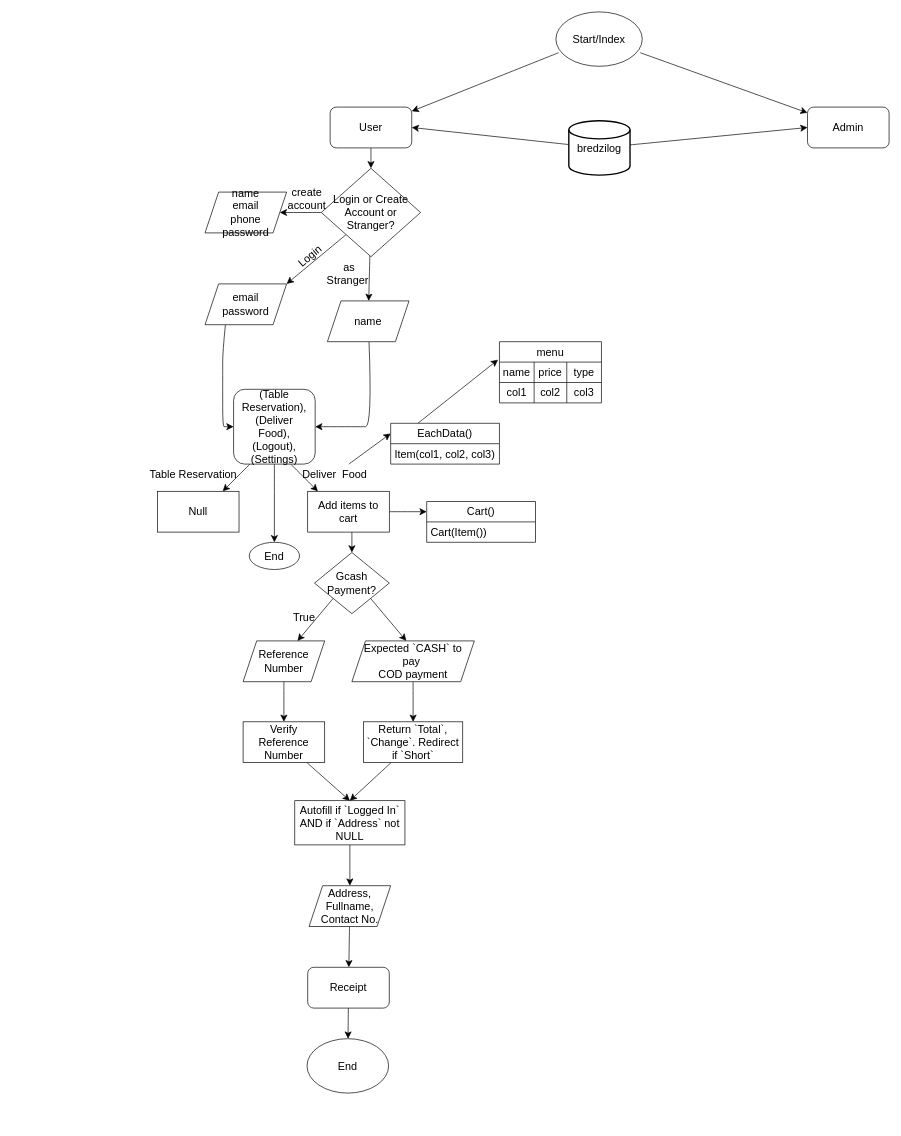
Earlier version of the draw.io diagram new-control-flow.drawio (inamonanymous/bredzilog). Source tidied: cells renumbered, new cells numbered last; positions are measured from the earlier drawing's top-left corner, leaving out a move shared by most shapes. Both pictures are drawn from the tidied source at 68%, with x=0, y=0 at pixel (148, 12).
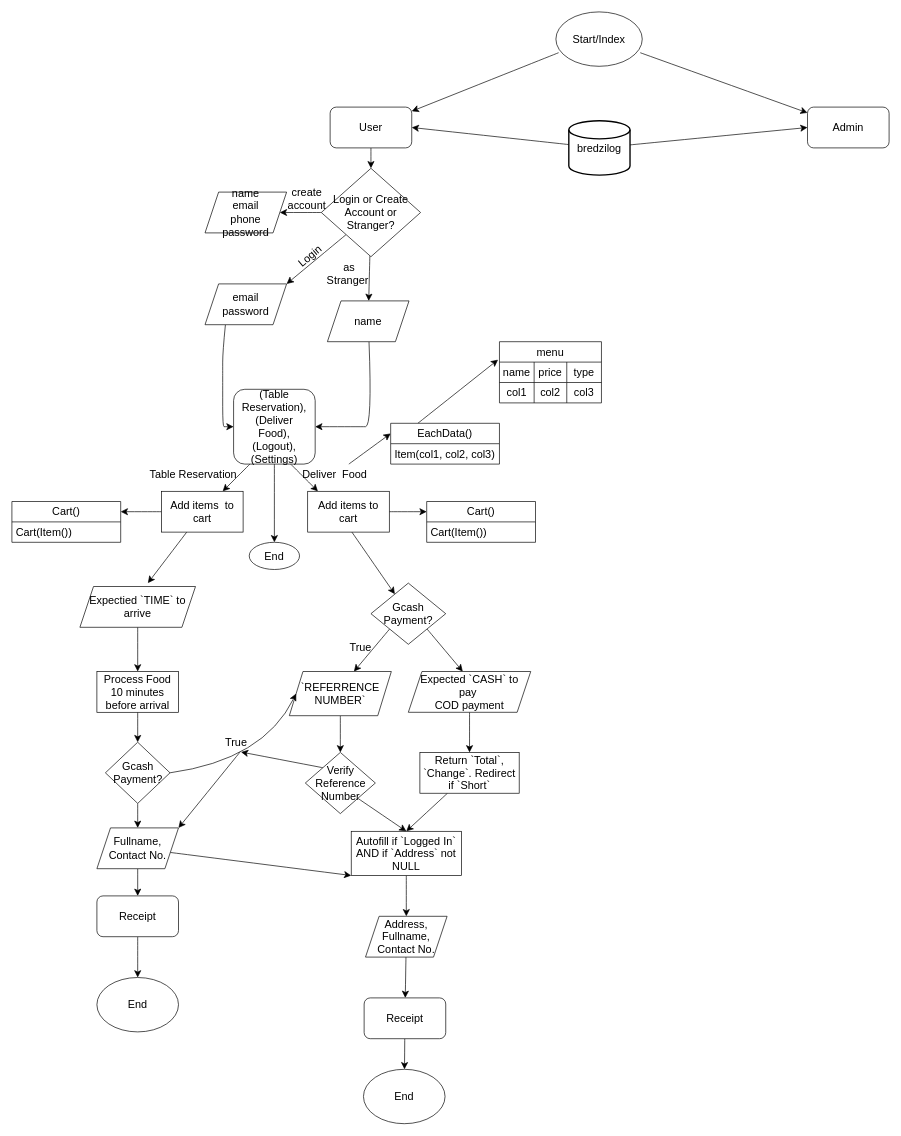
Above is the later version.

Commit message (it also covers changes not shown here):
app 90% progress | currently working on table reservation feature, and how it shares form with deliver sequence tree

What changed in the source:
```diff
@@
+    <mxCell id="68" style="edgeStyle=none;curved=1;rounded=0;jettySize=auto;html=1;entryX=1;entryY=0.25;entryDx=0;entryDy=0;fontSize=12;startSize=8;endSize=8;" parent="1" edge="1" source="21" target="70">
+      <mxGeometry relative="1" as="geometry" />
+    </mxCell>
+    <mxCell id="69" style="edgeStyle=none;curved=1;rounded=0;jettySize=auto;html=1;entryX=0.5;entryY=0;entryDx=0;entryDy=0;fontSize=12;startSize=8;endSize=8;" parent="1" edge="1" source="21">
+      <mxGeometry relative="1" as="geometry">
+        <mxPoint y="840" as="targetPoint" />
+      </mxGeometry>
+    </mxCell>
-    <mxCell id="21" value="Null" style="rounded=0;whiteSpace=wrap;html=1;fontSize=16;labelBackgroundColor=none;" parent="1" vertex="1">
-      <mxGeometry x="14" y="705" width="120" height="60" as="geometry" />
+    <mxCell id="21" value="Add items&amp;nbsp; to cart" style="rounded=0;whiteSpace=wrap;html=1;fontSize=16;labelBackgroundColor=none;" parent="1" vertex="1">
+      <mxGeometry x="20" y="705" width="120" height="60" as="geometry" />
     </mxCell>
@@
     <mxCell id="23" style="edgeStyle=none;curved=1;rounded=0;jettySize=auto;html=1;exitX=0;exitY=1;exitDx=0;exitDy=0;fontSize=12;startSize=8;endSize=8;labelBackgroundColor=none;fontColor=default;" parent="1" edge="1" source="25">
       <mxGeometry relative="1" as="geometry">
-        <mxPoint x="220" y="925" as="targetPoint" />
+        <mxPoint x="303" y="970" as="targetPoint" />
       </mxGeometry>
     </mxCell>
     <mxCell id="24" style="edgeStyle=none;curved=1;rounded=0;jettySize=auto;html=1;exitX=1;exitY=1;exitDx=0;exitDy=0;fontSize=12;startSize=8;endSize=8;labelBackgroundColor=none;fontColor=default;" parent="1" edge="1" source="25">
       <mxGeometry relative="1" as="geometry">
-        <mxPoint x="380" y="925" as="targetPoint" />
+        <mxPoint x="463" y="970" as="targetPoint" />
       </mxGeometry>
     </mxCell>
     <mxCell id="25" value="Gcash Payment?" style="rhombus;whiteSpace=wrap;html=1;fontSize=16;rounded=0;labelBackgroundColor=none;" parent="1" vertex="1">
-      <mxGeometry x="245" y="795" width="110" height="90" as="geometry" />
+      <mxGeometry x="328" y="840" width="110" height="90" as="geometry" />
     </mxCell>
-    <mxCell id="26" style="edgeStyle=none;curved=1;rounded=0;jettySize=auto;html=1;fontSize=12;startSize=8;endSize=8;labelBackgroundColor=none;fontColor=default;" parent="1" edge="1" source="27" target="36">
-      <mxGeometry relative="1" as="geometry" />
+    <mxCell id="26" style="edgeStyle=none;curved=1;rounded=0;jettySize=auto;html=1;fontSize=12;startSize=8;endSize=8;labelBackgroundColor=none;fontColor=default;" parent="1" edge="1" source="27">
+      <mxGeometry relative="1" as="geometry">
+        <mxPoint x="283" y="1089" as="targetPoint" />
+      </mxGeometry>
     </mxCell>
-    <mxCell id="27" value="Reference Number" style="shape=parallelogram;perimeter=parallelogramPerimeter;whiteSpace=wrap;html=1;fixedSize=1;fontSize=16;rounded=0;labelBackgroundColor=none;" parent="1" vertex="1">
-      <mxGeometry x="140" y="925" width="120" height="60" as="geometry" />
+    <mxCell id="27" value="`REFERRENCE NUMBER`" style="shape=parallelogram;perimeter=parallelogramPerimeter;whiteSpace=wrap;html=1;fixedSize=1;fontSize=16;rounded=0;labelBackgroundColor=none;" parent="1" vertex="1">
+      <mxGeometry x="208" y="970" width="150" height="65" as="geometry" />
     </mxCell>
     <mxCell id="28" value="True" style="text;html=1;strokeColor=none;fillColor=none;align=center;verticalAlign=middle;whiteSpace=wrap;rounded=0;fontSize=16;labelBackgroundColor=none;" parent="1" vertex="1">
-      <mxGeometry x="200" y="875" width="60" height="30" as="geometry" />
+      <mxGeometry x="283" y="920" width="60" height="30" as="geometry" />
     </mxCell>
@@
     <mxCell id="32" value="Expected `CASH` to pay&amp;nbsp;&lt;br&gt;COD payment" style="shape=parallelogram;perimeter=parallelogramPerimeter;whiteSpace=wrap;html=1;fixedSize=1;fontSize=16;rounded=0;labelBackgroundColor=none;" parent="1" vertex="1">
-      <mxGeometry x="300" y="925" width="180" height="60" as="geometry" />
+      <mxGeometry x="383" y="970" width="180" height="60" as="geometry" />
     </mxCell>
@@
     <mxCell id="34" value="Autofill if `Logged In` AND if `Address` not NULL" style="rounded=0;whiteSpace=wrap;html=1;fontSize=16;labelBackgroundColor=none;" parent="1" vertex="1">
-      <mxGeometry x="216" y="1160" width="162" height="65" as="geometry" />
+      <mxGeometry x="299" y="1205" width="162" height="65" as="geometry" />
     </mxCell>
-    <mxCell id="35" style="edgeStyle=none;curved=1;rounded=0;jettySize=auto;html=1;entryX=0.5;entryY=0;entryDx=0;entryDy=0;fontSize=12;startSize=8;endSize=8;" parent="1" edge="1" source="36" target="34">
+    <mxCell id="35" style="edgeStyle=none;curved=1;rounded=0;jettySize=auto;html=1;entryX=0.5;entryY=0;entryDx=0;entryDy=0;fontSize=12;startSize=8;endSize=8;exitX=1;exitY=1;exitDx=0;exitDy=0;" parent="1" edge="1" source="36" target="34">
       <mxGeometry relative="1" as="geometry" />
     </mxCell>
-    <mxCell id="36" value="Verify Reference Number" style="rounded=0;whiteSpace=wrap;html=1;fontSize=16;labelBackgroundColor=none;" parent="1" vertex="1">
-      <mxGeometry x="140" y="1044" width="120" height="60" as="geometry" />
-    </mxCell>
@@
     <mxCell id="38" value="Return `Total`, `Change`. Redirect if `Short`" style="rounded=0;whiteSpace=wrap;html=1;fontSize=16;labelBackgroundColor=none;" parent="1" vertex="1">
-      <mxGeometry x="317" y="1044" width="146" height="60" as="geometry" />
+      <mxGeometry x="400" y="1089" width="146" height="60" as="geometry" />
     </mxCell>
@@
     <mxCell id="40" value="Address, Fullname, Contact No.&lt;br&gt;" style="shape=parallelogram;perimeter=parallelogramPerimeter;whiteSpace=wrap;html=1;fixedSize=1;fontSize=16;rounded=0;labelBackgroundColor=none;" parent="1" vertex="1">
-      <mxGeometry x="237" y="1285" width="120" height="60" as="geometry" />
+      <mxGeometry x="320" y="1330" width="120" height="60" as="geometry" />
     </mxCell>
@@
     <mxCell id="42" value="Receipt" style="rounded=1;whiteSpace=wrap;html=1;fontSize=16;" parent="1" vertex="1">
-      <mxGeometry x="235" y="1405" width="120" height="60" as="geometry" />
+      <mxGeometry x="318" y="1450" width="120" height="60" as="geometry" />
     </mxCell>
@@
     <mxCell id="49" value="End" style="ellipse;whiteSpace=wrap;html=1;fontSize=16;" parent="1" vertex="1">
-      <mxGeometry x="234" y="1510" width="120" height="80" as="geometry" />
+      <mxGeometry x="317" y="1555" width="120" height="80" as="geometry" />
     </mxCell>
@@
+    <mxCell id="70" value="Cart()" style="swimlane;fontStyle=0;horizontal=1;startSize=30;whiteSpace=wrap;html=1;fontSize=16;" parent="1" vertex="1">
+      <mxGeometry x="-200" y="720" width="160" height="60" as="geometry" />
+    </mxCell>
+    <mxCell id="71" value="Cart(Item())" style="text;strokeColor=none;fillColor=none;align=left;verticalAlign=middle;spacingLeft=4;spacingRight=4;overflow=hidden;whiteSpace=wrap;html=1;fontSize=16;" parent="70" vertex="1">
+      <mxGeometry y="30" width="160" height="30" as="geometry" />
+    </mxCell>
+    <mxCell id="72" style="edgeStyle=none;curved=1;rounded=0;jettySize=auto;html=1;fontSize=12;startSize=8;endSize=8;" parent="1" edge="1" source="73" target="75">
+      <mxGeometry relative="1" as="geometry" />
+    </mxCell>
+    <mxCell id="73" value="Expectied `TIME` to arrive" style="shape=parallelogram;perimeter=parallelogramPerimeter;whiteSpace=wrap;html=1;fixedSize=1;fontSize=16;" parent="1" vertex="1">
+      <mxGeometry x="-100" y="845" width="170" height="60" as="geometry" />
+    </mxCell>
+    <mxCell id="74" style="edgeStyle=none;curved=1;rounded=0;jettySize=auto;html=1;fontSize=12;startSize=8;endSize=8;" parent="1" edge="1" source="75" target="78">
+      <mxGeometry relative="1" as="geometry" />
+    </mxCell>
+    <mxCell id="75" value="Process Food 10 minutes before arrival" style="rounded=0;whiteSpace=wrap;html=1;fontSize=16;" parent="1" vertex="1">
+      <mxGeometry x="-75" y="970" width="120" height="60" as="geometry" />
+    </mxCell>
+    <mxCell id="76" style="edgeStyle=none;curved=1;rounded=0;jettySize=auto;html=1;entryX=0;entryY=0.5;entryDx=0;entryDy=0;fontSize=12;startSize=8;endSize=8;exitX=1;exitY=0.5;exitDx=0;exitDy=0;" parent="1" edge="1" source="78" target="27">
+      <mxGeometry relative="1" as="geometry">
+        <Array as="points">
+          <mxPoint x="170" y="1100" />
+        </Array>
+      </mxGeometry>
+    </mxCell>
+    <mxCell id="77" style="edgeStyle=none;curved=1;rounded=0;jettySize=auto;html=1;entryX=0.5;entryY=0;entryDx=0;entryDy=0;fontSize=12;startSize=8;endSize=8;" parent="1" edge="1" source="78" target="83">
+      <mxGeometry relative="1" as="geometry" />
+    </mxCell>
+    <mxCell id="78" value="Gcash Payment?" style="rhombus;whiteSpace=wrap;html=1;fontSize=16;" parent="1" vertex="1">
+      <mxGeometry x="-62.5" y="1074" width="95" height="90" as="geometry" />
+    </mxCell>
+    <mxCell id="79" style="edgeStyle=none;curved=1;rounded=0;jettySize=auto;html=1;entryX=1;entryY=0;entryDx=0;entryDy=0;fontSize=12;startSize=8;endSize=8;exitX=0.589;exitY=0.988;exitDx=0;exitDy=0;exitPerimeter=0;" parent="1" edge="1" source="80" target="83">
+      <mxGeometry relative="1" as="geometry" />
+    </mxCell>
+    <mxCell id="80" value="True" style="text;html=1;strokeColor=none;fillColor=none;align=center;verticalAlign=middle;whiteSpace=wrap;rounded=0;fontSize=16;labelBackgroundColor=none;" parent="1" vertex="1">
+      <mxGeometry x="100" y="1059" width="60" height="30" as="geometry" />
+    </mxCell>
+    <mxCell id="81" style="edgeStyle=none;curved=1;rounded=0;jettySize=auto;html=1;fontSize=12;startSize=8;endSize=8;" parent="1" edge="1" source="83" target="85">
+      <mxGeometry relative="1" as="geometry" />
+    </mxCell>
+    <mxCell id="82" style="edgeStyle=none;curved=1;rounded=0;jettySize=auto;html=1;entryX=0;entryY=1;entryDx=0;entryDy=0;fontSize=12;startSize=8;endSize=8;" parent="1" edge="1" source="83" target="34">
+      <mxGeometry relative="1" as="geometry" />
+    </mxCell>
+    <mxCell id="83" value="Fullname, Contact No." style="shape=parallelogram;perimeter=parallelogramPerimeter;whiteSpace=wrap;html=1;fixedSize=1;fontSize=16;rounded=0;labelBackgroundColor=none;" parent="1" vertex="1">
+      <mxGeometry x="-75" y="1200" width="120" height="60" as="geometry" />
+    </mxCell>
+    <mxCell id="84" style="edgeStyle=none;curved=1;rounded=0;jettySize=auto;html=1;entryX=0.5;entryY=0;entryDx=0;entryDy=0;fontSize=12;startSize=8;endSize=8;" parent="1" edge="1" source="85" target="86">
+      <mxGeometry relative="1" as="geometry" />
+    </mxCell>
+    <mxCell id="85" value="Receipt" style="rounded=1;whiteSpace=wrap;html=1;fontSize=16;" parent="1" vertex="1">
+      <mxGeometry x="-75" y="1300" width="120" height="60" as="geometry" />
+    </mxCell>
+    <mxCell id="86" value="End" style="ellipse;whiteSpace=wrap;html=1;fontSize=16;" parent="1" vertex="1">
+      <mxGeometry x="-75" y="1420" width="120" height="80" as="geometry" />
+    </mxCell>
+    <mxCell id="87" style="edgeStyle=none;curved=1;rounded=0;jettySize=auto;html=1;fontSize=12;startSize=8;endSize=8;exitX=0;exitY=0;exitDx=0;exitDy=0;entryX=0.615;entryY=0.981;entryDx=0;entryDy=0;entryPerimeter=0;" parent="1" edge="1" source="36" target="80">
+      <mxGeometry relative="1" as="geometry" />
+    </mxCell>
+    <mxCell id="36" value="Verify Reference Number" style="rhombus;whiteSpace=wrap;html=1;fontSize=16;" parent="1" vertex="1">
+      <mxGeometry x="231.5" y="1089" width="103" height="90" as="geometry" />
+    </mxCell>
```
